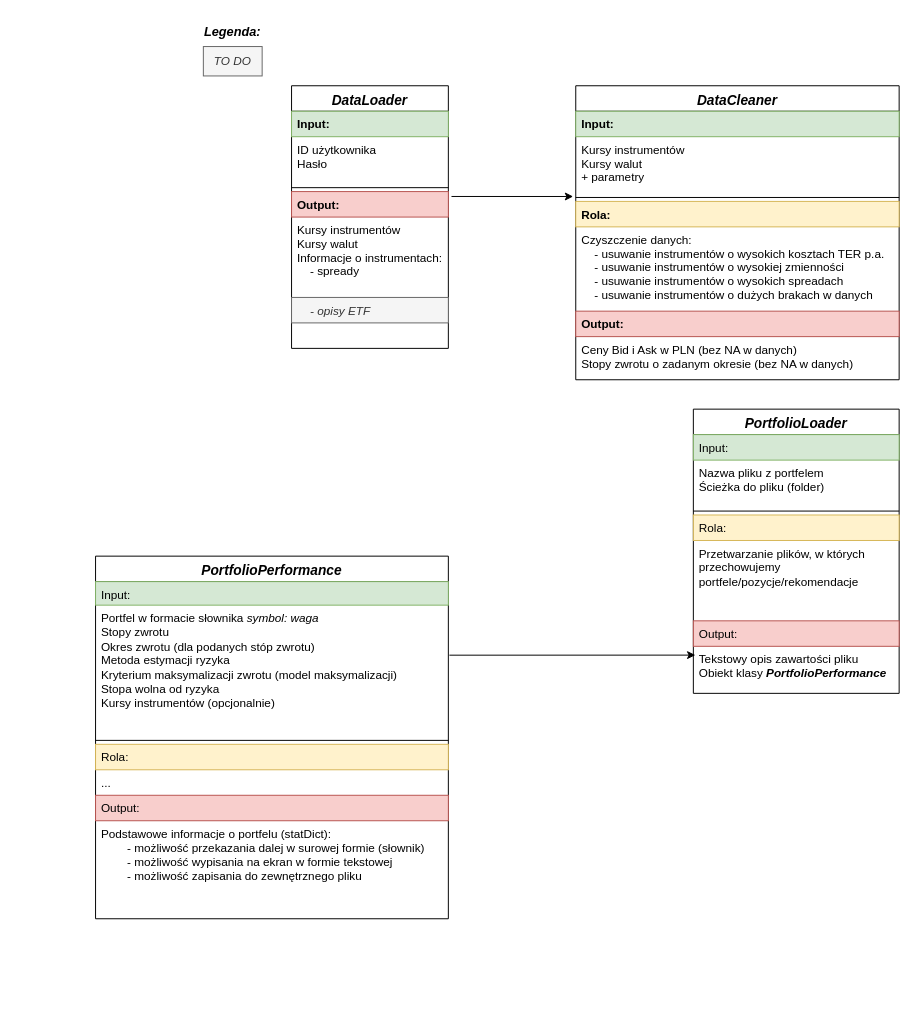
jakubweglowski/ETF-Trading keeps this draw.io diagram as XTB.drawio. Above is the earlier version. Source tidied: cells renumbered, new cells numbered last; positions are measured from the earlier drawing's top-left corner, leaving out a move shared by most shapes. Both pictures are drawn from the tidied source at 98%, with x=0, y=0 at pixel (95, 17).
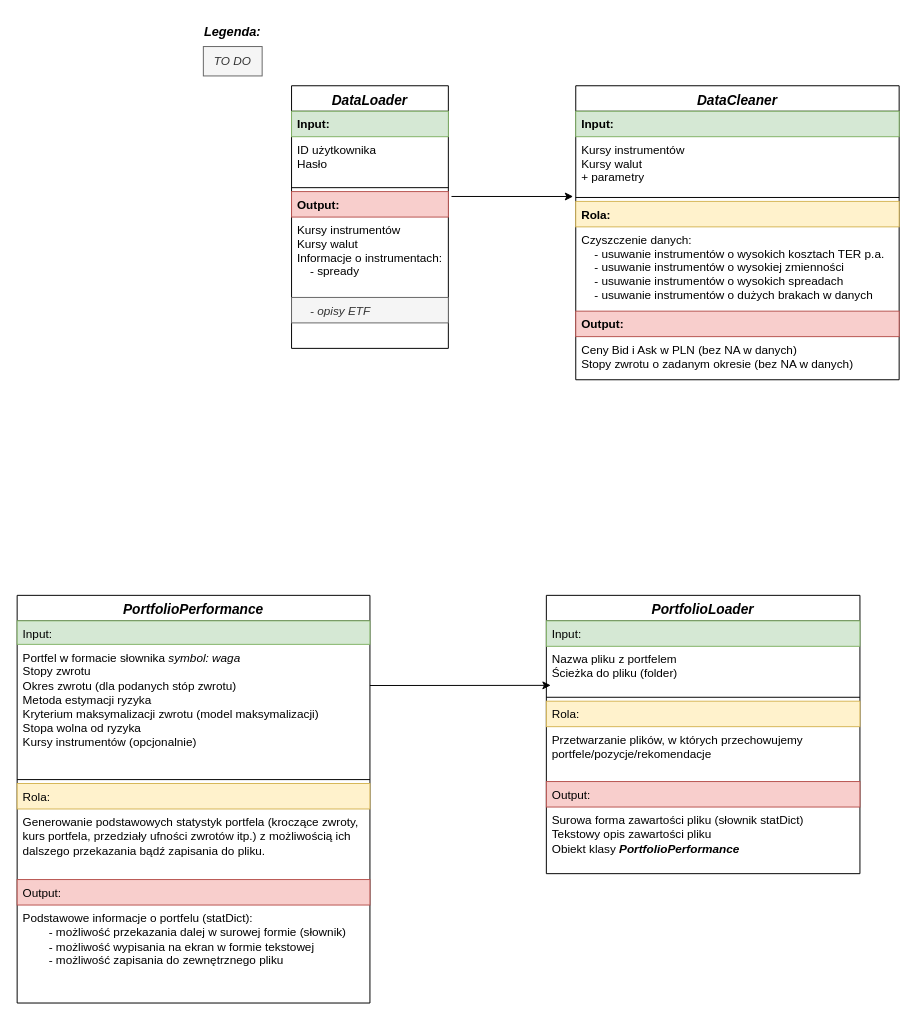
Above is the later version.

The change refers to these unchanged cells:
```xml
<mxCell id="29" value="Portfel w formacie słownika &lt;i&gt;symbol: waga&lt;/i&gt;&lt;div&gt;Stopy zwrotu&lt;/div&gt;&lt;div&gt;Okres zwrotu (dla podanych stóp zwrotu)&lt;/div&gt;&lt;div&gt;Metoda estymacji ryzyka&lt;/div&gt;&lt;div&gt;Kryterium maksymalizacji zwrotu (model maksymalizacji)&lt;/div&gt;&lt;div&gt;Stopa wolna od ryzyka&lt;/div&gt;&lt;div&gt;Kursy instrumentów (opcjonalnie)&lt;/div&gt;" style="text;strokeColor=none;fillColor=none;align=left;verticalAlign=top;spacingLeft=4;spacingRight=4;overflow=hidden;points=[[0,0.5],[1,0.5]];portConstraint=eastwest;whiteSpace=wrap;html=1;" parent="27" vertex="1">
  <mxGeometry y="50" width="360" height="134" as="geometry" />
</mxCell>
```

What changed in the source:
```diff
@@
     <mxCell id="19" value="&lt;font style=&quot;font-size: 14px;&quot;&gt;&lt;i&gt;PortfolioLoader&lt;/i&gt;&lt;/font&gt;" style="swimlane;fontStyle=1;align=center;verticalAlign=top;horizontal=1;startSize=26;whiteSpace=wrap;html=1;" parent="1" vertex="1">
-      <mxGeometry x="610" y="400" width="210" height="290" as="geometry" />
+      <mxGeometry x="460" y="590" width="320" height="284" as="geometry" />
     </mxCell>
     <mxCell id="20" value="Input:" style="text;strokeColor=#82b366;fillColor=#d5e8d4;align=left;verticalAlign=top;spacingLeft=4;spacingRight=4;overflow=hidden;whiteSpace=wrap;html=1;" parent="19" vertex="1">
-      <mxGeometry y="26" width="210" height="26" as="geometry" />
+      <mxGeometry y="26" width="320" height="26" as="geometry" />
     </mxCell>
     <mxCell id="21" value="Nazwa pliku z portfelem&lt;div&gt;Ścieżka do pliku (folder)&lt;/div&gt;" style="text;align=left;verticalAlign=top;spacingLeft=4;spacingRight=4;overflow=hidden;points=[[0,0.5],[1,0.5]];portConstraint=eastwest;whiteSpace=wrap;html=1;" parent="19" vertex="1">
-      <mxGeometry y="52" width="210" height="48" as="geometry" />
+      <mxGeometry y="52" width="320" height="48" as="geometry" />
     </mxCell>
     <mxCell id="22" style="line;strokeWidth=1;fillColor=none;align=left;verticalAlign=middle;spacingTop=-1;spacingLeft=3;spacingRight=3;labelPosition=right;strokeColor=inherit;" parent="19" vertex="1">
-      <mxGeometry y="100" width="210" height="8" as="geometry" />
+      <mxGeometry y="100" width="320" height="8" as="geometry" />
     </mxCell>
     <mxCell id="23" value="Rola:" style="text;strokeColor=#d6b656;fillColor=#fff2cc;align=left;verticalAlign=top;spacingLeft=4;spacingRight=4;overflow=hidden;whiteSpace=wrap;html=1;" parent="19" vertex="1">
-      <mxGeometry y="108" width="210" height="26" as="geometry" />
+      <mxGeometry y="108" width="320" height="26" as="geometry" />
     </mxCell>
     <mxCell id="24" value="Przetwarzanie plików, w których przechowujemy portfele/pozycje/rekomendacje" style="text;align=left;verticalAlign=top;spacingLeft=4;spacingRight=4;overflow=hidden;whiteSpace=wrap;html=1;" parent="19" vertex="1">
-      <mxGeometry y="134" width="210" height="82" as="geometry" />
+      <mxGeometry y="134" width="320" height="56" as="geometry" />
     </mxCell>
     <mxCell id="25" value="Output:" style="text;strokeColor=#b85450;fillColor=#f8cecc;align=left;verticalAlign=top;spacingLeft=4;spacingRight=4;overflow=hidden;whiteSpace=wrap;html=1;" parent="19" vertex="1">
-      <mxGeometry y="216" width="210" height="26" as="geometry" />
+      <mxGeometry y="190" width="320" height="26" as="geometry" />
     </mxCell>
-    <mxCell id="26" value="Tekstowy opis zawartości pliku&lt;div&gt;Obiekt klasy &lt;b&gt;&lt;i&gt;PortfolioPerformance&lt;/i&gt;&lt;/b&gt;&lt;/div&gt;" style="text;align=left;verticalAlign=top;spacingLeft=4;spacingRight=4;overflow=hidden;points=[[0,0.5],[1,0.5]];portConstraint=eastwest;whiteSpace=wrap;html=1;" parent="19" vertex="1">
-      <mxGeometry y="242" width="210" height="48" as="geometry" />
+    <mxCell id="26" value="&lt;div&gt;Surowa forma zawartości pliku (słownik statDict)&lt;/div&gt;Tekstowy opis zawartości pliku&lt;div&gt;Obiekt klasy &lt;b&gt;&lt;i&gt;PortfolioPerformance&lt;/i&gt;&lt;/b&gt;&lt;/div&gt;" style="text;align=left;verticalAlign=top;spacingLeft=4;spacingRight=4;overflow=hidden;points=[[0,0.5],[1,0.5]];portConstraint=eastwest;whiteSpace=wrap;html=1;" parent="19" vertex="1">
+      <mxGeometry y="216" width="320" height="68" as="geometry" />
     </mxCell>
     <mxCell id="27" value="&lt;i&gt;&lt;font style=&quot;font-size: 14px;&quot;&gt;PortfolioPerformance&lt;/font&gt;&lt;/i&gt;" style="swimlane;fontStyle=1;align=center;verticalAlign=top;horizontal=1;startSize=26;whiteSpace=wrap;html=1;" parent="1" vertex="1">
-      <mxGeometry y="550" width="360" height="370" as="geometry" />
+      <mxGeometry x="-80" y="590" width="360" height="416" as="geometry" />
     </mxCell>
@@
-    <mxCell id="32" value="..." style="text;strokeColor=none;fillColor=none;align=left;verticalAlign=top;spacingLeft=4;spacingRight=4;overflow=hidden;whiteSpace=wrap;html=1;" parent="27" vertex="1">
-      <mxGeometry y="218" width="360" height="26" as="geometry" />
+    <mxCell id="32" value="Generowanie podstawowych statystyk portfela (kroczące zwroty, kurs portfela, przedziały ufności zwrotów itp.) z możliwością ich dalszego przekazania bądź zapisania do pliku." style="text;strokeColor=none;fillColor=none;align=left;verticalAlign=top;spacingLeft=4;spacingRight=4;overflow=hidden;whiteSpace=wrap;html=1;" parent="27" vertex="1">
+      <mxGeometry y="218" width="360" height="72" as="geometry" />
     </mxCell>
     <mxCell id="33" value="Output:" style="text;strokeColor=#b85450;fillColor=#f8cecc;align=left;verticalAlign=top;spacingLeft=4;spacingRight=4;overflow=hidden;whiteSpace=wrap;html=1;" parent="27" vertex="1">
-      <mxGeometry y="244" width="360" height="26" as="geometry" />
+      <mxGeometry y="290" width="360" height="26" as="geometry" />
     </mxCell>
     <mxCell id="34" value="Podstawowe informacje o portfelu (statDict):&lt;div&gt;&lt;span style=&quot;white-space: pre;&quot;&gt;&#9;&lt;/span&gt;- możliwość przekazania dalej w surowej formie (słownik)&lt;br&gt;&lt;div&gt;&lt;span style=&quot;white-space: pre;&quot;&gt;&#9;&lt;/span&gt;- możliwość wypisania na ekran w formie tekstowej&lt;br&gt;&lt;/div&gt;&lt;div&gt;&lt;span style=&quot;white-space: pre;&quot;&gt;&#9;&lt;/span&gt;- możliwość zapisania do zewnętrznego pliku&lt;br&gt;&lt;/div&gt;&lt;/div&gt;" style="text;strokeColor=none;fillColor=none;align=left;verticalAlign=top;spacingLeft=4;spacingRight=4;overflow=hidden;whiteSpace=wrap;html=1;" parent="27" vertex="1">
-      <mxGeometry y="270" width="360" height="100" as="geometry" />
+      <mxGeometry y="316" width="360" height="100" as="geometry" />
     </mxCell>
@@
-    <mxCell id="36" style="endArrow=classic;html=1;rounded=0;exitX=1.003;exitY=0.381;exitDx=0;exitDy=0;exitPerimeter=0;entryX=0.01;entryY=0.187;entryDx=0;entryDy=0;entryPerimeter=0;" parent="1" edge="1" source="29" target="26">
-      <mxGeometry relative="1" as="geometry" />
+    <mxCell id="36" style="endArrow=classic;html=1;rounded=0;entryX=0.014;entryY=0.83;entryDx=0;entryDy=0;entryPerimeter=0;" parent="1" edge="1" target="21">
+      <mxGeometry relative="1" as="geometry">
+        <mxPoint x="280" y="682" as="sourcePoint" />
+      </mxGeometry>
     </mxCell>
```
